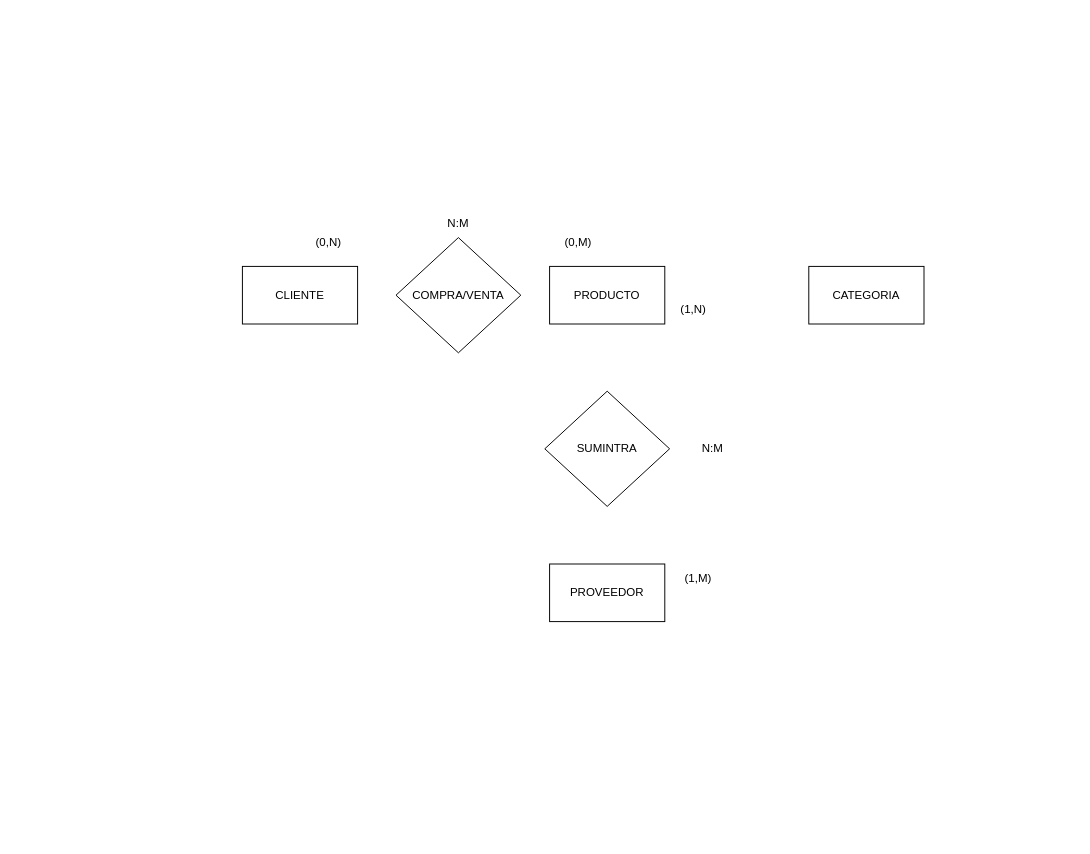
This is Untitled Diagram.drawio from iamsourcer/LaFloreria, a draw.io file, before an edit. Source tidied: cells renumbered, new cells numbered last; positions are measured from the earlier drawing's top-left corner, leaving out a move shared by most shapes. Both pictures are drawn from the tidied source at 96%, with x=0, y=0 at pixel (242, 208).
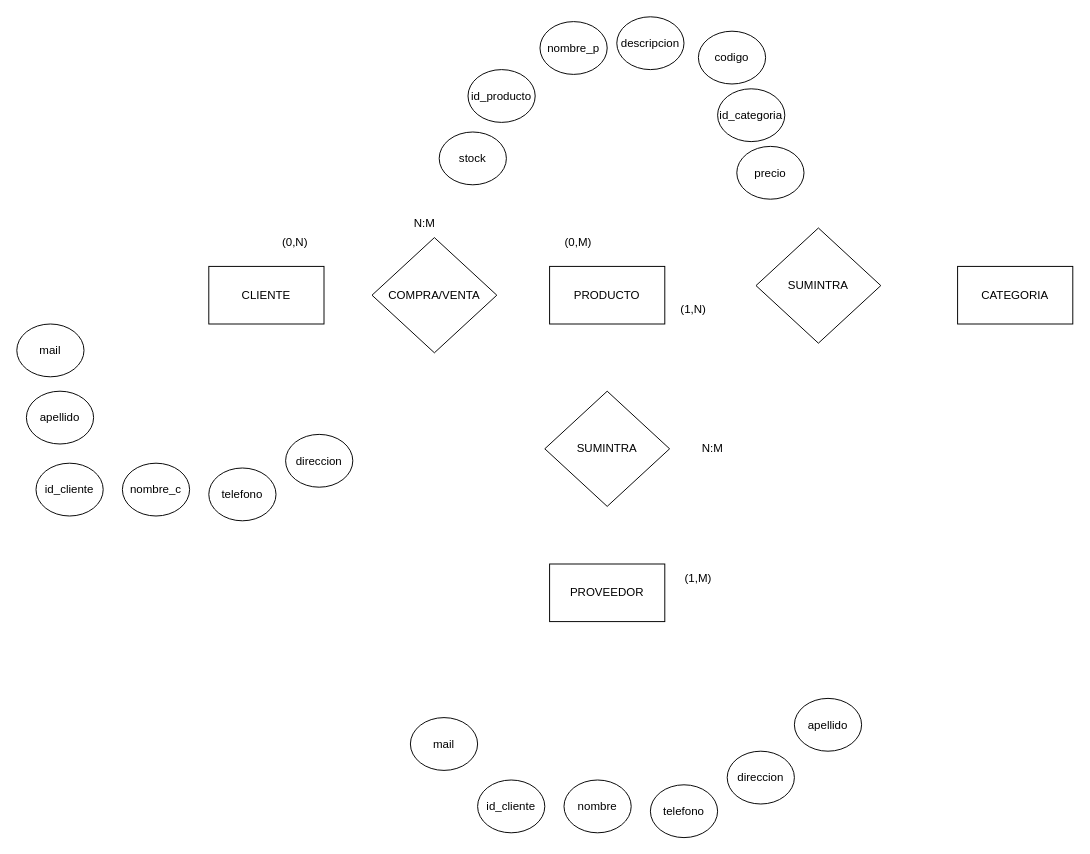
After the change.

Change to the diagram source:
```diff
@@
     <mxCell id="2" value="CATEGORIA" style="rounded=0;whiteSpace=wrap;html=1;" parent="1" vertex="1">
-      <mxGeometry x="590" y="60" width="120" height="60" as="geometry" />
+      <mxGeometry x="745" y="60" width="120" height="60" as="geometry" />
     </mxCell>
@@
     <mxCell id="5" value="CLIENTE" style="rounded=0;whiteSpace=wrap;html=1;" parent="1" vertex="1">
-      <mxGeometry y="60" width="120" height="60" as="geometry" />
+      <mxGeometry x="-35" y="60" width="120" height="60" as="geometry" />
     </mxCell>
     <mxCell id="6" value="COMPRA/VENTA" style="rhombus;whiteSpace=wrap;html=1;" parent="1" vertex="1">
-      <mxGeometry x="160" y="30" width="130" height="120" as="geometry" />
+      <mxGeometry x="135" y="30" width="130" height="120" as="geometry" />
     </mxCell>
@@
     <mxCell id="9" value="(0,N)" style="text;html=1;align=center;verticalAlign=middle;whiteSpace=wrap;rounded=0;" parent="1" vertex="1">
-      <mxGeometry x="60" y="20" width="60" height="30" as="geometry" />
+      <mxGeometry x="25" y="20" width="60" height="30" as="geometry" />
     </mxCell>
     <mxCell id="10" value="N:M" style="text;html=1;align=center;verticalAlign=middle;whiteSpace=wrap;rounded=0;" parent="1" vertex="1">
-      <mxGeometry x="195" width="60" height="30" as="geometry" />
+      <mxGeometry x="160" width="60" height="30" as="geometry" />
     </mxCell>
@@
+    <mxCell id="14" value="id_cliente" style="ellipse;whiteSpace=wrap;html=1;" parent="1" vertex="1">
+      <mxGeometry x="-215" y="265" width="70" height="55" as="geometry" />
+    </mxCell>
+    <mxCell id="15" value="nombre_c" style="ellipse;whiteSpace=wrap;html=1;" parent="1" vertex="1">
+      <mxGeometry x="-125" y="265" width="70" height="55" as="geometry" />
+    </mxCell>
+    <mxCell id="16" value="apellido" style="ellipse;whiteSpace=wrap;html=1;" parent="1" vertex="1">
+      <mxGeometry x="-225" y="190" width="70" height="55" as="geometry" />
+    </mxCell>
+    <mxCell id="17" value="telefono" style="ellipse;whiteSpace=wrap;html=1;" parent="1" vertex="1">
+      <mxGeometry x="-35" y="270" width="70" height="55" as="geometry" />
+    </mxCell>
+    <mxCell id="18" value="mail" style="ellipse;whiteSpace=wrap;html=1;" parent="1" vertex="1">
+      <mxGeometry x="-235" y="120" width="70" height="55" as="geometry" />
+    </mxCell>
+    <mxCell id="19" value="direccion" style="ellipse;whiteSpace=wrap;html=1;" parent="1" vertex="1">
+      <mxGeometry x="45" y="235" width="70" height="55" as="geometry" />
+    </mxCell>
+    <mxCell id="20" value="id_cliente" style="ellipse;whiteSpace=wrap;html=1;" parent="1" vertex="1">
+      <mxGeometry x="245" y="595" width="70" height="55" as="geometry" />
+    </mxCell>
+    <mxCell id="21" value="nombre" style="ellipse;whiteSpace=wrap;html=1;" parent="1" vertex="1">
+      <mxGeometry x="335" y="595" width="70" height="55" as="geometry" />
+    </mxCell>
+    <mxCell id="22" value="apellido" style="ellipse;whiteSpace=wrap;html=1;" parent="1" vertex="1">
+      <mxGeometry x="575" y="510" width="70" height="55" as="geometry" />
+    </mxCell>
+    <mxCell id="23" value="telefono" style="ellipse;whiteSpace=wrap;html=1;" parent="1" vertex="1">
+      <mxGeometry x="425" y="600" width="70" height="55" as="geometry" />
+    </mxCell>
+    <mxCell id="24" value="mail" style="ellipse;whiteSpace=wrap;html=1;" parent="1" vertex="1">
+      <mxGeometry x="175" y="530" width="70" height="55" as="geometry" />
+    </mxCell>
+    <mxCell id="25" value="direccion" style="ellipse;whiteSpace=wrap;html=1;" parent="1" vertex="1">
+      <mxGeometry x="505" y="565" width="70" height="55" as="geometry" />
+    </mxCell>
+    <mxCell id="26" value="id_producto" style="ellipse;whiteSpace=wrap;html=1;" parent="1" vertex="1">
+      <mxGeometry x="235" y="-145" width="70" height="55" as="geometry" />
+    </mxCell>
+    <mxCell id="27" value="nombre_p" style="ellipse;whiteSpace=wrap;html=1;" parent="1" vertex="1">
+      <mxGeometry x="310" y="-195" width="70" height="55" as="geometry" />
+    </mxCell>
+    <mxCell id="28" value="descripcion" style="ellipse;whiteSpace=wrap;html=1;" parent="1" vertex="1">
+      <mxGeometry x="390" y="-200" width="70" height="55" as="geometry" />
+    </mxCell>
+    <mxCell id="29" value="codigo" style="ellipse;whiteSpace=wrap;html=1;" parent="1" vertex="1">
+      <mxGeometry x="475" y="-185" width="70" height="55" as="geometry" />
+    </mxCell>
+    <mxCell id="30" value="stock" style="ellipse;whiteSpace=wrap;html=1;" parent="1" vertex="1">
+      <mxGeometry x="205" y="-80" width="70" height="55" as="geometry" />
+    </mxCell>
+    <mxCell id="31" value="id_categoria" style="ellipse;whiteSpace=wrap;html=1;" parent="1" vertex="1">
+      <mxGeometry x="495" y="-125" width="70" height="55" as="geometry" />
+    </mxCell>
+    <mxCell id="32" value="precio" style="ellipse;whiteSpace=wrap;html=1;" parent="1" vertex="1">
+      <mxGeometry x="515" y="-65" width="70" height="55" as="geometry" />
+    </mxCell>
+    <mxCell id="33" value="SUMINTRA" style="rhombus;whiteSpace=wrap;html=1;" parent="1" vertex="1">
+      <mxGeometry x="535" y="20" width="130" height="120" as="geometry" />
+    </mxCell>
```
